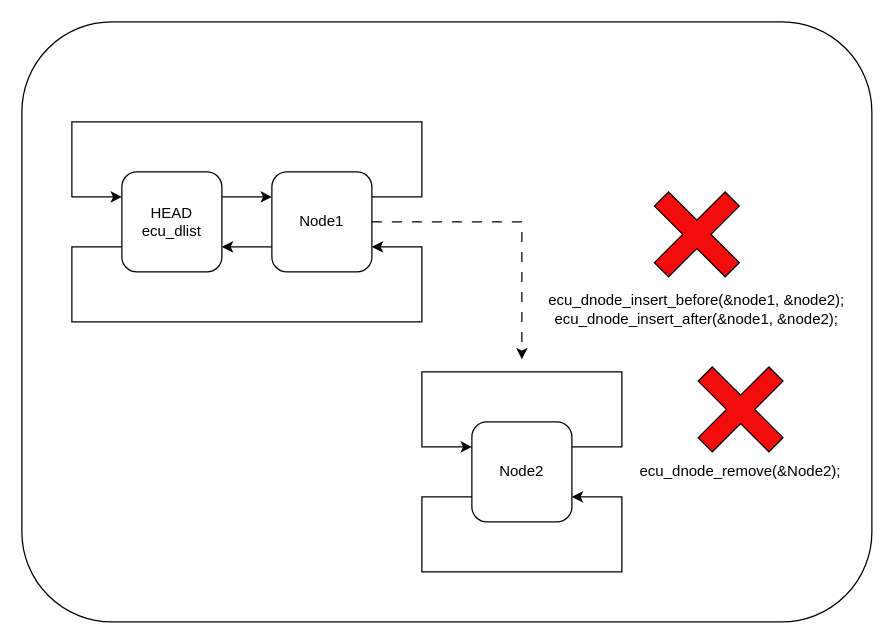
Earlier version of the draw.io diagram page "node_illegal_insert_remove" (4 of 8) of doc/images/dlist/dlist.drawio (ress059/ecu). Source tidied: cells renumbered, new cells numbered last; positions are measured from the earlier drawing's top-left corner, leaving out a move shared by most shapes. Both pictures are drawn from the tidied source at 125%, with x=0, y=0 at pixel (21, 21).
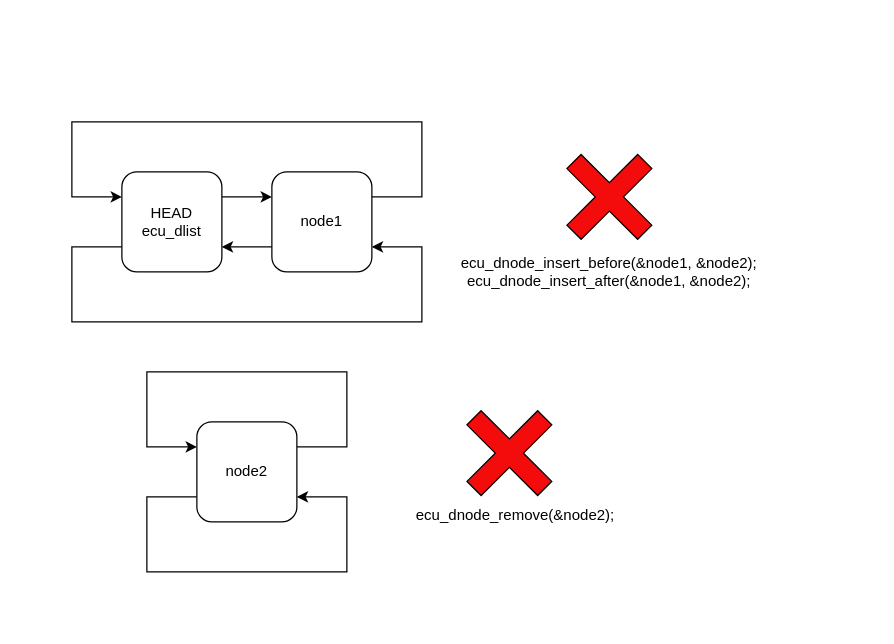
The same diagram, later.

The edit, as a diff of the source:
```diff
@@
-    <mxCell id="2" style="rounded=1;whiteSpace=wrap;html=1;" parent="1" vertex="1">
-      <mxGeometry width="680" height="480" as="geometry" />
-    </mxCell>
@@
-    <mxCell id="8" value="Node1" style="rounded=1;whiteSpace=wrap;html=1;" parent="1" vertex="1">
+    <mxCell id="8" value="node1" style="rounded=1;whiteSpace=wrap;html=1;" parent="1" vertex="1">
       <mxGeometry x="200" y="120" width="80" height="80" as="geometry" />
     </mxCell>
     <mxCell id="9" style="edgeStyle=orthogonalEdgeStyle;rounded=0;orthogonalLoop=1;jettySize=auto;html=1;entryX=0;entryY=0.25;entryDx=0;entryDy=0;exitX=1;exitY=0.25;exitDx=0;exitDy=0;" parent="1" edge="1" source="11" target="11">
       <mxGeometry relative="1" as="geometry">
         <Array as="points">
-          <mxPoint x="480" y="340" />
-          <mxPoint x="480" y="280" />
-          <mxPoint x="320" y="280" />
-          <mxPoint x="320" y="340" />
+          <mxPoint x="260" y="340" />
+          <mxPoint x="260" y="280" />
+          <mxPoint x="100" y="280" />
+          <mxPoint x="100" y="340" />
         </Array>
       </mxGeometry>
     </mxCell>
     <mxCell id="10" style="edgeStyle=orthogonalEdgeStyle;rounded=0;orthogonalLoop=1;jettySize=auto;html=1;exitX=0;exitY=0.75;exitDx=0;exitDy=0;entryX=1;entryY=0.75;entryDx=0;entryDy=0;" parent="1" edge="1" source="11" target="11">
       <mxGeometry relative="1" as="geometry">
         <Array as="points">
-          <mxPoint x="320" y="380" />
-          <mxPoint x="320" y="440" />
-          <mxPoint x="480" y="440" />
-          <mxPoint x="480" y="380" />
+          <mxPoint x="100" y="380" />
+          <mxPoint x="100" y="440" />
+          <mxPoint x="260" y="440" />
+          <mxPoint x="260" y="380" />
         </Array>
       </mxGeometry>
     </mxCell>
-    <mxCell id="11" value="Node2" style="rounded=1;whiteSpace=wrap;html=1;" parent="1" vertex="1">
-      <mxGeometry x="360" y="320" width="80" height="80" as="geometry" />
+    <mxCell id="11" value="node2" style="rounded=1;whiteSpace=wrap;html=1;" parent="1" vertex="1">
+      <mxGeometry x="140" y="320" width="80" height="80" as="geometry" />
     </mxCell>
-    <mxCell id="12" value="ecu_dnode_remove(&amp;amp;Node2);" style="text;html=1;strokeColor=none;fillColor=none;align=center;verticalAlign=middle;whiteSpace=wrap;rounded=0;" parent="1" vertex="1">
-      <mxGeometry x="480" y="340" width="190" height="40" as="geometry" />
+    <mxCell id="12" value="ecu_dnode_remove(&amp;amp;node2);" style="text;html=1;strokeColor=none;fillColor=none;align=center;verticalAlign=middle;whiteSpace=wrap;rounded=0;" parent="1" vertex="1">
+      <mxGeometry x="300" y="375" width="190" height="40" as="geometry" />
     </mxCell>
-    <mxCell id="13" style="endArrow=classic;html=1;rounded=0;exitX=1;exitY=0.5;exitDx=0;exitDy=0;dashed=1;dashPattern=8 8;" parent="1" edge="1" source="8">
-      <mxGeometry relative="1" as="geometry">
-        <mxPoint x="400" y="270" as="targetPoint" />
-        <Array as="points">
-          <mxPoint x="400" y="160" />
-        </Array>
-      </mxGeometry>
-    </mxCell>
     <mxCell id="14" style="shape=cross;whiteSpace=wrap;html=1;rotation=45;fillColor=#f40b0b;" parent="1" vertex="1">
-      <mxGeometry x="535" y="270" width="80" height="80" as="geometry" />
+      <mxGeometry x="350" y="305" width="80" height="80" as="geometry" />
     </mxCell>
     <mxCell id="15" value="ecu_dnode_insert_before(&amp;amp;node1, &amp;amp;node2);&lt;br&gt;ecu_dnode_insert_after(&amp;amp;node1, &amp;amp;node2);" style="text;html=1;strokeColor=none;fillColor=none;align=center;verticalAlign=middle;whiteSpace=wrap;rounded=0;" parent="1" vertex="1">
-      <mxGeometry x="410" y="210" width="260" height="40" as="geometry" />
+      <mxGeometry x="340" y="180" width="260" height="40" as="geometry" />
     </mxCell>
     <mxCell id="16" style="shape=cross;whiteSpace=wrap;html=1;rotation=45;fillColor=#f40b0b;" parent="1" vertex="1">
-      <mxGeometry x="500" y="130" width="80" height="80" as="geometry" />
+      <mxGeometry x="430" y="100" width="80" height="80" as="geometry" />
     </mxCell>
```
